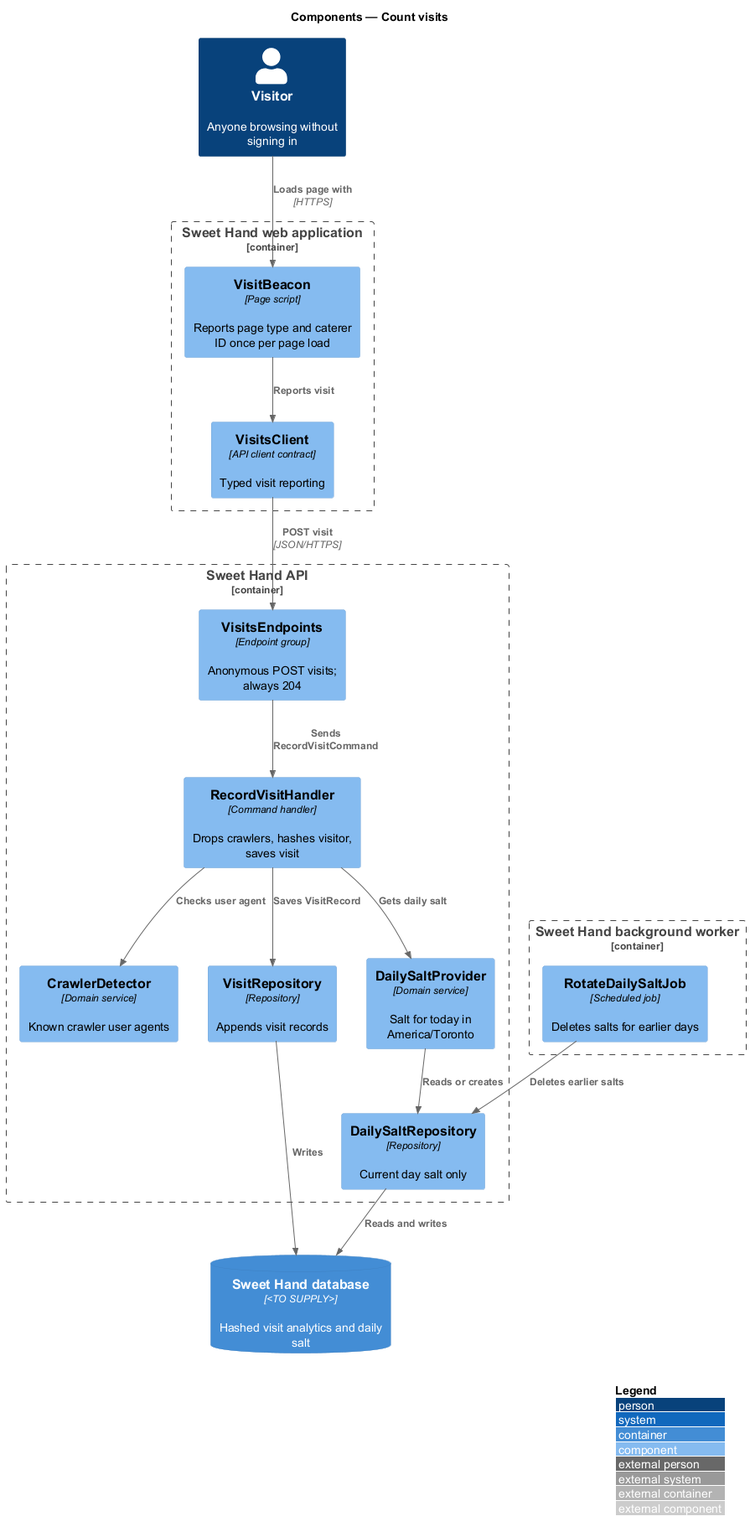
Earlier version of the PlantUML export docs/detailed-designs/metrics/count-visits/diagrams/c4-component.png (QuinntyneBrown/sweet-hand). The source it was exported from:
```plantuml
@startuml
!include <C4/C4_Component>
LAYOUT_WITH_LEGEND()
title Components — Count visits

Person(visitor, "Visitor", "Anyone browsing without signing in")

Container_Boundary(web, "Sweet Hand web application") {
  Component(beacon, "VisitBeacon", "Page script", "Reports page type and caterer ID once per page load")
  Component(client, "VisitsClient", "API client contract", "Typed visit reporting")
}

Container_Boundary(api, "Sweet Hand API") {
  Component(endpoints, "VisitsEndpoints", "Endpoint group", "Anonymous POST visits; always 204")
  Component(handler, "RecordVisitHandler", "Command handler", "Drops crawlers, hashes visitor, saves visit")
  Component(crawler, "CrawlerDetector", "Domain service", "Known crawler user agents")
  Component(salt, "DailySaltProvider", "Domain service", "Salt for today in America/Toronto")
  Component(visitRepo, "VisitRepository", "Repository", "Appends visit records")
  Component(saltRepo, "DailySaltRepository", "Repository", "Current day salt only")
}

Container_Boundary(worker, "Sweet Hand background worker") {
  Component(rotate, "RotateDailySaltJob", "Scheduled job", "Deletes salts for earlier days")
}
ContainerDb(db, "Sweet Hand database", "<TO SUPPLY>", "Hashed visit analytics and daily salt")

Rel(visitor, beacon, "Loads page with", "HTTPS")
Rel(beacon, client, "Reports visit")
Rel(client, endpoints, "POST visit", "JSON/HTTPS")
Rel(endpoints, handler, "Sends RecordVisitCommand")
Rel(handler, crawler, "Checks user agent")
Rel(handler, salt, "Gets daily salt")
Rel(salt, saltRepo, "Reads or creates")
Rel(handler, visitRepo, "Saves VisitRecord")
Rel(visitRepo, db, "Writes")
Rel(saltRepo, db, "Reads and writes")
Rel(rotate, saltRepo, "Deletes earlier salts")
@enduml
```
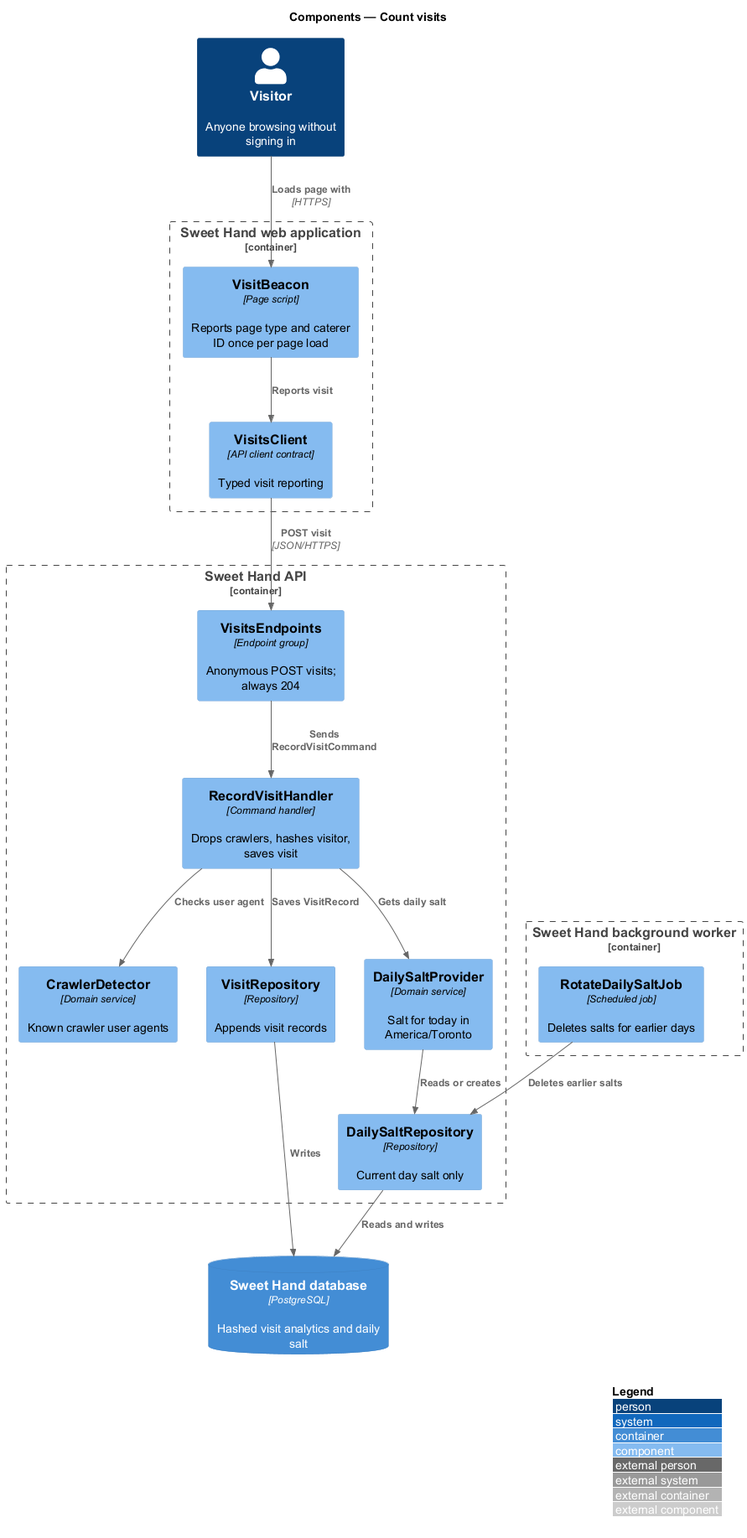
Later version of the same file.

Diff of the diagram source:
```diff
@@ -22,7 +22,7 @@
 Container_Boundary(worker, "Sweet Hand background worker") {
   Component(rotate, "RotateDailySaltJob", "Scheduled job", "Deletes salts for earlier days")
 }
-ContainerDb(db, "Sweet Hand database", "<TO SUPPLY>", "Hashed visit analytics and daily salt")
+ContainerDb(db, "Sweet Hand database", "PostgreSQL", "Hashed visit analytics and daily salt")
 
 Rel(visitor, beacon, "Loads page with", "HTTPS")
 Rel(beacon, client, "Reports visit")
```
